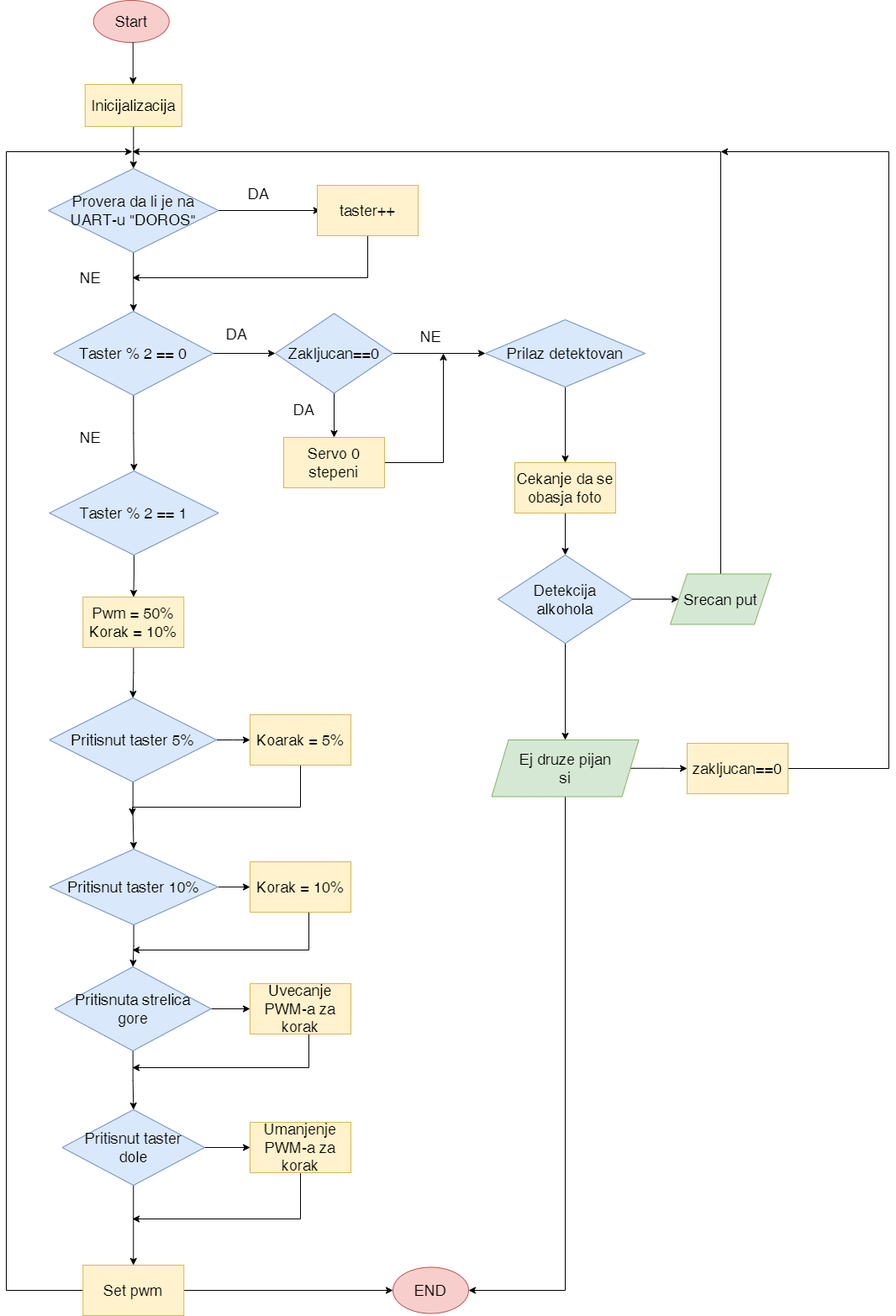
This is Algoritam rada.png from PetarUbavic/Primenjena-Elektronika-Prvi-Projekat, a draw.io export, as it was before one commit. Source tidied: cells renumbered, new cells last; positions are measured from the earlier drawing's top-left corner, leaving out a move shared by most shapes.
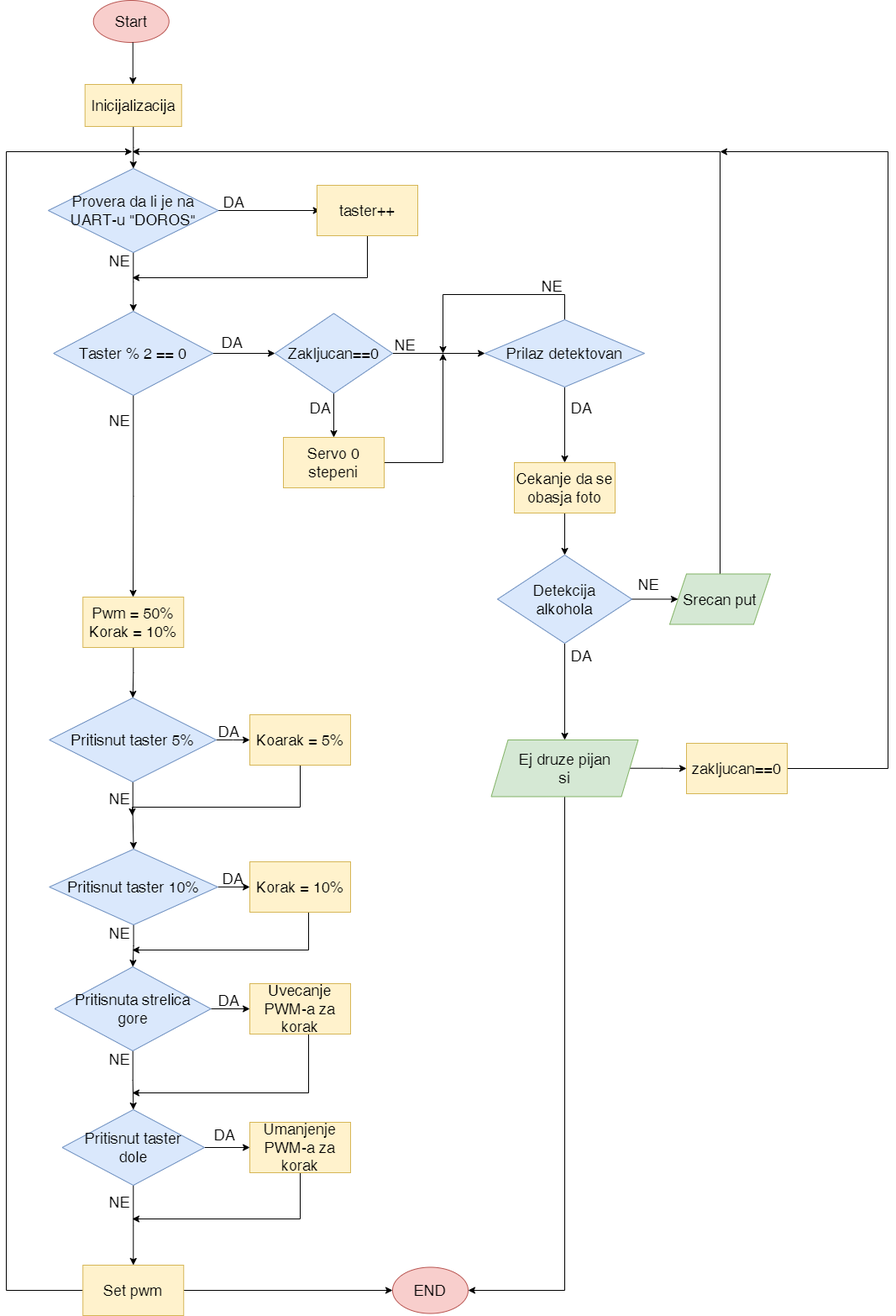
The same file after the commit.

What changed in the source:
```diff
@@ -25,11 +25,6 @@
         <mxPoint x="373.8" y="250" as="targetPoint" />
       </mxGeometry>
     </mxCell>
-    <mxCell id="8" value="&lt;font style=&quot;font-size: 18px;&quot;&gt;DA&lt;/font&gt;" style="edgeLabel;html=1;align=center;verticalAlign=middle;" parent="7" vertex="1">
-      <mxGeometry x="-0.22" relative="1" as="geometry">
-        <mxPoint y="-20" as="offset" />
-      </mxGeometry>
-    </mxCell>
     <mxCell id="9" value="Provera da li je na UART-u &quot;DOROS&quot;" style="rhombus;whiteSpace=wrap;html=1;fontSize=18;rounded=0;fillColor=#dae8fc;strokeColor=#6c8ebf;" parent="1" vertex="1">
       <mxGeometry x="50" y="200" width="202.5" height="100" as="geometry" />
     </mxCell>
@@ -38,8 +33,10 @@
         <mxPoint x="320" y="420" as="targetPoint" />
       </mxGeometry>
     </mxCell>
-    <mxCell id="11" style="edgeStyle=orthogonalEdgeStyle;rounded=0;jettySize=auto;html=1;fontSize=18;" parent="1" edge="1" source="12" target="33">
-      <mxGeometry relative="1" as="geometry" />
+    <mxCell id="11" style="edgeStyle=orthogonalEdgeStyle;rounded=0;jettySize=auto;html=1;fontSize=18;" parent="1" edge="1" source="12">
+      <mxGeometry relative="1" as="geometry">
+        <mxPoint x="151" y="710" as="targetPoint" />
+      </mxGeometry>
     </mxCell>
     <mxCell id="12" value="Taster % 2 == 0" style="rhombus;whiteSpace=wrap;html=1;fontSize=18;rounded=0;fillColor=#dae8fc;strokeColor=#6c8ebf;" parent="1" vertex="1">
       <mxGeometry x="56.2" y="370" width="190" height="100" as="geometry" />
@@ -64,6 +61,15 @@
     <mxCell id="18" style="edgeStyle=orthogonalEdgeStyle;rounded=0;jettySize=auto;html=1;fontSize=18;" parent="1" edge="1" source="19" target="21">
       <mxGeometry relative="1" as="geometry" />
     </mxCell>
+    <mxCell id="67" style="edgeStyle=orthogonalEdgeStyle;rounded=0;jettySize=auto;html=1;fontSize=18;" parent="1" edge="1" source="19">
+      <mxGeometry relative="1" as="geometry">
+        <mxPoint x="520" y="420" as="targetPoint" />
+        <Array as="points">
+          <mxPoint x="665" y="350" />
+          <mxPoint x="520" y="350" />
+        </Array>
+      </mxGeometry>
+    </mxCell>
     <mxCell id="19" value="Prilaz detektovan" style="rhombus;whiteSpace=wrap;html=1;fontSize=18;fillColor=#dae8fc;strokeColor=#6c8ebf;" parent="1" vertex="1">
       <mxGeometry x="570" y="380" width="190" height="80" as="geometry" />
     </mxCell>
@@ -120,12 +126,6 @@
     <mxCell id="31" value="zakljucan==0" style="rounded=0;whiteSpace=wrap;html=1;fontSize=18;fillColor=#fff2cc;strokeColor=#d6b656;" parent="1" vertex="1">
       <mxGeometry x="810" y="884" width="120" height="60" as="geometry" />
     </mxCell>
-    <mxCell id="32" style="edgeStyle=orthogonalEdgeStyle;rounded=0;jettySize=auto;html=1;fontSize=18;" parent="1" edge="1" source="33" target="35">
-      <mxGeometry relative="1" as="geometry" />
-    </mxCell>
-    <mxCell id="33" value="Taster % 2 == 1" style="rhombus;whiteSpace=wrap;html=1;fontSize=18;rounded=0;fillColor=#dae8fc;strokeColor=#6c8ebf;" parent="1" vertex="1">
-      <mxGeometry x="51.2" y="560" width="201.2" height="100" as="geometry" />
-    </mxCell>
     <mxCell id="34" style="edgeStyle=orthogonalEdgeStyle;rounded=0;jettySize=auto;html=1;fontSize=18;" parent="1" edge="1" source="35" target="40">
       <mxGeometry relative="1" as="geometry" />
     </mxCell>
@@ -204,9 +204,10 @@
     </mxCell>
     <mxCell id="54" style="edgeStyle=orthogonalEdgeStyle;rounded=0;jettySize=auto;html=1;fontSize=18;" parent="1" edge="1" source="55">
       <mxGeometry relative="1" as="geometry">
-        <mxPoint x="150" y="1270" as="targetPoint" />
+        <mxPoint x="150" y="1300" as="targetPoint" />
         <Array as="points">
-          <mxPoint x="360" y="1270" />
+          <mxPoint x="360" y="1300" />
+          <mxPoint x="150" y="1300" />
         </Array>
       </mxGeometry>
     </mxCell>
@@ -243,19 +244,58 @@
       <mxGeometry x="460" y="1507.5" width="90" height="55" as="geometry" />
     </mxCell>
     <mxCell id="62" value="&lt;span style=&quot;color: rgb(0, 0, 0); font-family: Helvetica; font-size: 18px; font-style: normal; font-variant-ligatures: normal; font-variant-caps: normal; font-weight: 400; letter-spacing: normal; orphans: 2; text-align: center; text-indent: 0px; text-transform: none; widows: 2; word-spacing: 0px; -webkit-text-stroke-width: 0px; background-color: rgb(255, 255, 255); text-decoration-thickness: initial; text-decoration-style: initial; text-decoration-color: initial; float: none; display: inline !important;&quot;&gt;DA&lt;/span&gt;" style="text;whiteSpace=wrap;html=1;fontSize=18;" parent="1" vertex="1">
-      <mxGeometry x="260" y="380" width="40" height="30" as="geometry" />
+      <mxGeometry x="255" y="390" width="40" height="30" as="geometry" />
     </mxCell>
     <mxCell id="63" value="&lt;span style=&quot;color: rgb(0, 0, 0); font-family: Helvetica; font-size: 18px; font-style: normal; font-variant-ligatures: normal; font-variant-caps: normal; font-weight: 400; letter-spacing: normal; orphans: 2; text-align: center; text-indent: 0px; text-transform: none; widows: 2; word-spacing: 0px; -webkit-text-stroke-width: 0px; background-color: rgb(255, 255, 255); text-decoration-thickness: initial; text-decoration-style: initial; text-decoration-color: initial; float: none; display: inline !important;&quot;&gt;DA&lt;/span&gt;" style="text;whiteSpace=wrap;html=1;fontSize=18;" parent="1" vertex="1">
-      <mxGeometry x="340" y="470" width="40" height="30" as="geometry" />
+      <mxGeometry x="360" y="467.5" width="40" height="30" as="geometry" />
     </mxCell>
     <mxCell id="64" value="NE" style="text;html=1;align=center;verticalAlign=middle;strokeColor=none;fillColor=none;fontSize=18;" parent="1" vertex="1">
-      <mxGeometry x="480" y="380" width="50" height="40" as="geometry" />
+      <mxGeometry x="450" y="390" width="50" height="40" as="geometry" />
     </mxCell>
     <mxCell id="65" value="NE" style="text;html=1;align=center;verticalAlign=middle;strokeColor=none;fillColor=none;fontSize=18;" parent="1" vertex="1">
-      <mxGeometry x="75" y="310" width="50" height="40" as="geometry" />
+      <mxGeometry x="110" y="290" width="50" height="40" as="geometry" />
     </mxCell>
     <mxCell id="66" value="NE" style="text;html=1;align=center;verticalAlign=middle;strokeColor=none;fillColor=none;fontSize=18;" parent="1" vertex="1">
-      <mxGeometry x="75" y="500" width="50" height="40" as="geometry" />
+      <mxGeometry x="110" y="480" width="50" height="40" as="geometry" />
     </mxCell>
+    <mxCell id="68" value="&lt;font style=&quot;font-size: 18px;&quot;&gt;NE&lt;/font&gt;" style="text;html=1;align=center;verticalAlign=middle;strokeColor=none;fillColor=none;" parent="1" vertex="1">
+      <mxGeometry x="740" y="675" width="50" height="40" as="geometry" />
+    </mxCell>
+    <mxCell id="69" value="DA" style="text;html=1;align=center;verticalAlign=middle;strokeColor=none;fillColor=none;fontSize=18;" parent="1" vertex="1">
+      <mxGeometry x="660" y="760" width="50" height="40" as="geometry" />
+    </mxCell>
+    <mxCell id="70" value="DA" style="text;html=1;align=center;verticalAlign=middle;strokeColor=none;fillColor=none;fontSize=18;" parent="1" vertex="1">
+      <mxGeometry x="240" y="850" width="50" height="40" as="geometry" />
+    </mxCell>
+    <mxCell id="71" value="DA" style="text;html=1;align=center;verticalAlign=middle;strokeColor=none;fillColor=none;fontSize=18;" parent="1" vertex="1">
+      <mxGeometry x="245" y="1025" width="50" height="40" as="geometry" />
+    </mxCell>
+    <mxCell id="72" value="DA" style="text;html=1;align=center;verticalAlign=middle;strokeColor=none;fillColor=none;fontSize=18;" parent="1" vertex="1">
+      <mxGeometry x="240" y="1170" width="50" height="40" as="geometry" />
+    </mxCell>
+    <mxCell id="73" value="NE" style="text;html=1;align=center;verticalAlign=middle;strokeColor=none;fillColor=none;fontSize=18;" parent="1" vertex="1">
+      <mxGeometry x="110" y="930" width="50" height="40" as="geometry" />
+    </mxCell>
+    <mxCell id="74" value="NE" style="text;html=1;align=center;verticalAlign=middle;strokeColor=none;fillColor=none;fontSize=18;" parent="1" vertex="1">
+      <mxGeometry x="110" y="1090" width="50" height="40" as="geometry" />
+    </mxCell>
+    <mxCell id="75" value="NE" style="text;html=1;align=center;verticalAlign=middle;strokeColor=none;fillColor=none;fontSize=18;" parent="1" vertex="1">
+      <mxGeometry x="110" y="1240" width="50" height="40" as="geometry" />
+    </mxCell>
+    <mxCell id="76" value="NE" style="text;html=1;align=center;verticalAlign=middle;strokeColor=none;fillColor=none;fontSize=18;" parent="1" vertex="1">
+      <mxGeometry x="110" y="1410" width="50" height="40" as="geometry" />
+    </mxCell>
+    <mxCell id="77" value="DA" style="text;html=1;align=center;verticalAlign=middle;strokeColor=none;fillColor=none;fontSize=18;" parent="1" vertex="1">
+      <mxGeometry x="235" y="1330" width="50" height="40" as="geometry" />
+    </mxCell>
+    <mxCell id="78" value="DA" style="text;html=1;align=center;verticalAlign=middle;strokeColor=none;fillColor=none;fontSize=18;" parent="1" vertex="1">
+      <mxGeometry x="660" y="465" width="50" height="40" as="geometry" />
+    </mxCell>
+    <mxCell id="79" value="NE" style="text;html=1;align=center;verticalAlign=middle;strokeColor=none;fillColor=none;fontSize=18;" parent="1" vertex="1">
+      <mxGeometry x="625" y="320" width="50" height="40" as="geometry" />
+    </mxCell>
+    <mxCell id="80" value="DA" style="text;html=1;align=center;verticalAlign=middle;strokeColor=none;fillColor=none;fontSize=18;" parent="1" vertex="1">
+      <mxGeometry x="246.2" y="220" width="50" height="40" as="geometry" />
+    </mxCell>
   </root>
 </mxGraphModel>
```
